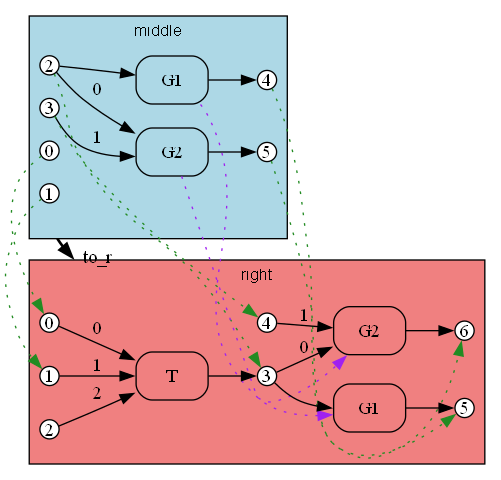
This is crates/bhyp/images/test_copy_subst_commute/path2_substitution_result_span_to_r.png from ammatsui/bhypvis, a Graphviz export, as it was before one commit. Its source is kept beside it as crates/bhyp/images/test_copy_subst_commute/path2_substitution_result_span_to_r.dot.
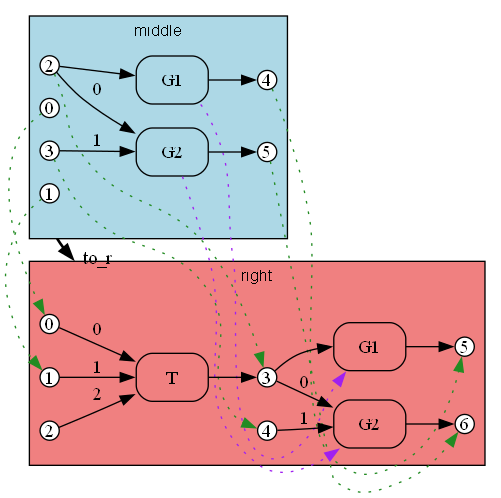
After the change.

The edit, as a diff of the source:
```diff
@@ -12,19 +12,19 @@
     fontname="Helvetica";
     fontsize=12;
 
+    dom_n2 [label="2", shape=circle, style=filled, fillcolor=white, color="black", width=0.2, height=0.2, fixedsize=true];
+    dom_n1 [label="1", shape=circle, style=filled, fillcolor=white, color="black", width=0.2, height=0.2, fixedsize=true];
     dom_n3 [label="3", shape=circle, style=filled, fillcolor=white, color="black", width=0.2, height=0.2, fixedsize=true];
+    dom_n0 [label="0", shape=circle, style=filled, fillcolor=white, color="black", width=0.2, height=0.2, fixedsize=true];
     dom_n4 [label="4", shape=circle, style=filled, fillcolor=white, color="black", width=0.2, height=0.2, fixedsize=true];
-    dom_n1 [label="1", shape=circle, style=filled, fillcolor=white, color="black", width=0.2, height=0.2, fixedsize=true];
     dom_n5 [label="5", shape=circle, style=filled, fillcolor=white, color="black", width=0.2, height=0.2, fixedsize=true];
-    dom_n0 [label="0", shape=circle, style=filled, fillcolor=white, color="black", width=0.2, height=0.2, fixedsize=true];
-    dom_n2 [label="2", shape=circle, style=filled, fillcolor=white, color="black", width=0.2, height=0.2, fixedsize=true];
+    dom_e1 [label="G1", shape=box, style=rounded, color="black"];
     dom_e0 [label="G2", shape=box, style=rounded, color="black"];
-    dom_e1 [label="G1", shape=box, style=rounded, color="black"];
+    dom_n2 -> dom_e1 [label=""];
+    dom_e1 -> dom_n4 [label=""];
     dom_n2 -> dom_e0 [label="0"];
     dom_n3 -> dom_e0 [label="1"];
     dom_e0 -> dom_n5 [label=""];
-    dom_n2 -> dom_e1 [label=""];
-    dom_e1 -> dom_n4 [label=""];
     dom_anchor [shape=point, width=0, height=0, style=invis];
   }
 
@@ -35,34 +35,34 @@
     fontname="Helvetica";
     fontsize=12;
 
-    cod_n6 [label="6", shape=circle, style=filled, fillcolor=white, color="black", width=0.2, height=0.2, fixedsize=true];
     cod_n3 [label="3", shape=circle, style=filled, fillcolor=white, color="black", width=0.2, height=0.2, fixedsize=true];
+    cod_n4 [label="4", shape=circle, style=filled, fillcolor=white, color="black", width=0.2, height=0.2, fixedsize=true];
+    cod_n5 [label="5", shape=circle, style=filled, fillcolor=white, color="black", width=0.2, height=0.2, fixedsize=true];
     cod_n2 [label="2", shape=circle, style=filled, fillcolor=white, color="black", width=0.2, height=0.2, fixedsize=true];
     cod_n1 [label="1", shape=circle, style=filled, fillcolor=white, color="black", width=0.2, height=0.2, fixedsize=true];
-    cod_n4 [label="4", shape=circle, style=filled, fillcolor=white, color="black", width=0.2, height=0.2, fixedsize=true];
-    cod_n5 [label="5", shape=circle, style=filled, fillcolor=white, color="black", width=0.2, height=0.2, fixedsize=true];
+    cod_n6 [label="6", shape=circle, style=filled, fillcolor=white, color="black", width=0.2, height=0.2, fixedsize=true];
     cod_n0 [label="0", shape=circle, style=filled, fillcolor=white, color="black", width=0.2, height=0.2, fixedsize=true];
+    cod_e1 [label="G2", shape=box, style=rounded, color="black"];
     cod_e0 [label="T", shape=box, style=rounded, color="black"];
     cod_e2 [label="G1", shape=box, style=rounded, color="black"];
-    cod_e1 [label="G2", shape=box, style=rounded, color="black"];
+    cod_n3 -> cod_e1 [label="0"];
+    cod_n4 -> cod_e1 [label="1"];
+    cod_e1 -> cod_n6 [label=""];
     cod_n0 -> cod_e0 [label="0"];
     cod_n1 -> cod_e0 [label="1"];
     cod_n2 -> cod_e0 [label="2"];
     cod_e0 -> cod_n3 [label=""];
     cod_n3 -> cod_e2 [label=""];
     cod_e2 -> cod_n5 [label=""];
-    cod_n3 -> cod_e1 [label="0"];
-    cod_n4 -> cod_e1 [label="1"];
-    cod_e1 -> cod_n6 [label=""];
     cod_anchor [shape=point, width=0, height=0, style=invis];
   }
 
+  dom_n0 -> cod_n0 [style=dotted, color=forestgreen, constraint=false];
+  dom_n5 -> cod_n6 [style=dotted, color=forestgreen, constraint=false];
+  dom_n3 -> cod_n4 [style=dotted, color=forestgreen, constraint=false];
+  dom_n4 -> cod_n5 [style=dotted, color=forestgreen, constraint=false];
   dom_n1 -> cod_n1 [style=dotted, color=forestgreen, constraint=false];
-  dom_n4 -> cod_n5 [style=dotted, color=forestgreen, constraint=false];
-  dom_n5 -> cod_n6 [style=dotted, color=forestgreen, constraint=false];
-  dom_n0 -> cod_n0 [style=dotted, color=forestgreen, constraint=false];
   dom_n2 -> cod_n3 [style=dotted, color=forestgreen, constraint=false];
-  dom_n3 -> cod_n4 [style=dotted, color=forestgreen, constraint=false];
   dom_e0 -> cod_e1 [style=dotted, color=purple, constraint=false];
   dom_e1 -> cod_e2 [style=dotted, color=purple, constraint=false];
 
```
